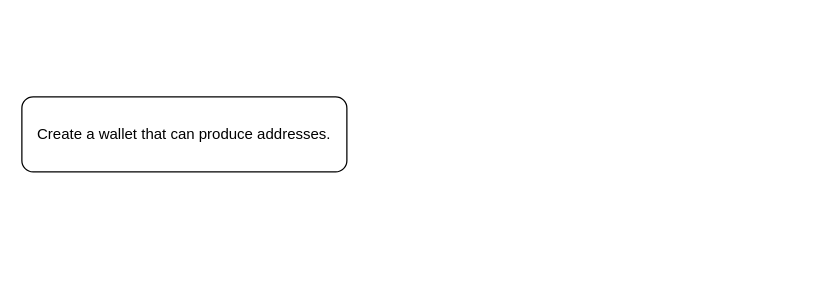
Before: .drawio in git-infinianti/foxd-wallet, a draw.io diagram. Source tidied: cells renumbered, new cells numbered last; positions are measured from the earlier drawing's top-left corner, leaving out a move shared by most shapes. Both pictures are drawn from the tidied source at 125%, with x=0, y=0 at pixel (21, 96).
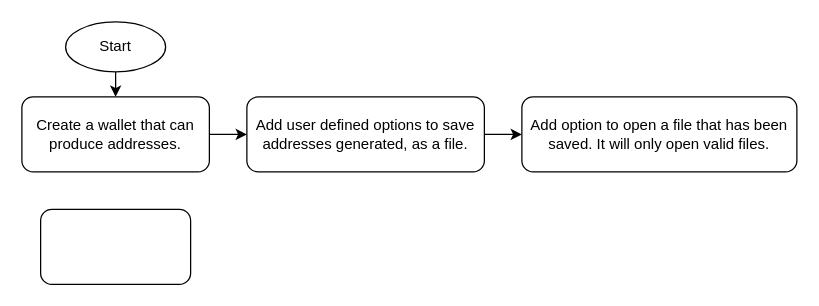
The same page after the edit.

Change to the diagram source:
```diff
@@
 <mxGraphModel>
   <root>
     <mxCell id="0" />
     <mxCell id="1" parent="0" />
+    <mxCell id="3" style="edgeStyle=none;html=1;exitX=1;exitY=0.5;exitDx=0;exitDy=0;entryX=0;entryY=0.5;entryDx=0;entryDy=0;" parent="1" edge="1" source="2" target="7">
+      <mxGeometry relative="1" as="geometry" />
+    </mxCell>
     <mxCell id="2" value="Create a wallet that can produce addresses." style="rounded=1;whiteSpace=wrap;html=1;" parent="1" vertex="1">
-      <mxGeometry width="260" height="60" as="geometry" />
+      <mxGeometry width="150" height="60" as="geometry" />
     </mxCell>
+    <mxCell id="4" style="edgeStyle=none;html=1;" parent="1" edge="1" source="5" target="2">
+      <mxGeometry relative="1" as="geometry" />
+    </mxCell>
+    <mxCell id="5" value="Start" style="ellipse;whiteSpace=wrap;html=1;" parent="1" vertex="1">
+      <mxGeometry x="35" y="-60" width="80" height="40" as="geometry" />
+    </mxCell>
+    <mxCell id="6" style="edgeStyle=none;html=1;exitX=1;exitY=0.5;exitDx=0;exitDy=0;entryX=0;entryY=0.5;entryDx=0;entryDy=0;" parent="1" edge="1" source="7" target="8">
+      <mxGeometry relative="1" as="geometry" />
+    </mxCell>
+    <mxCell id="7" value="Add user defined options to save addresses generated, as a file." style="rounded=1;whiteSpace=wrap;html=1;" parent="1" vertex="1">
+      <mxGeometry x="180" width="190" height="60" as="geometry" />
+    </mxCell>
+    <mxCell id="8" value="Add option to open a file that has been saved. It will only open valid files." style="rounded=1;whiteSpace=wrap;html=1;" parent="1" vertex="1">
+      <mxGeometry x="400" width="220" height="60" as="geometry" />
+    </mxCell>
+    <mxCell id="9" style="rounded=1;whiteSpace=wrap;html=1;" parent="1" vertex="1">
+      <mxGeometry x="15" y="90" width="120" height="60" as="geometry" />
+    </mxCell>
   </root>
 </mxGraphModel>
```
